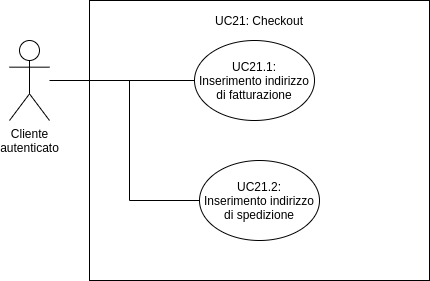
Earlier version of the draw.io export Images/AnalisiRequisiti/UC21.png (techsweave/TechSWEaveDocumentation). Source tidied: cells renumbered, new cells last; positions are measured from the earlier drawing's top-left corner, leaving out a move shared by most shapes.
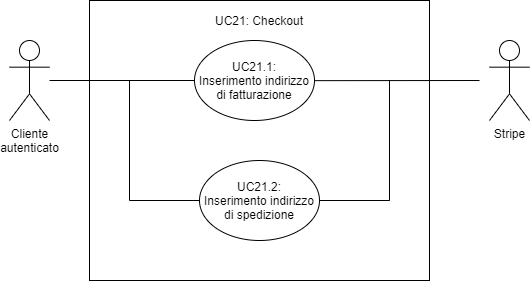
The same diagram one commit later.

What changed in the source:
```diff
@@ -33,5 +33,26 @@
     <mxCell id="9" value="UC21: Checkout" style="text;html=1;strokeColor=none;fillColor=none;align=center;verticalAlign=middle;whiteSpace=wrap;rounded=0;" parent="1" vertex="1">
       <mxGeometry x="195" y="10" width="110" height="20" as="geometry" />
     </mxCell>
+    <mxCell id="10" value="Stripe" style="shape=umlActor;verticalLabelPosition=bottom;verticalAlign=top;html=1;" parent="1" vertex="1">
+      <mxGeometry x="480" y="40" width="40" height="80" as="geometry" />
+    </mxCell>
+    <mxCell id="11" style="endArrow=none;html=1;" parent="1" edge="1">
+      <mxGeometry relative="1" as="geometry">
+        <mxPoint x="305" y="80.1" as="sourcePoint" />
+        <mxPoint x="470" y="80" as="targetPoint" />
+      </mxGeometry>
+    </mxCell>
+    <mxCell id="12" style="endArrow=none;html=1;" parent="1" edge="1">
+      <mxGeometry relative="1" as="geometry">
+        <mxPoint x="380" y="79.9" as="sourcePoint" />
+        <mxPoint x="380" y="200.1" as="targetPoint" />
+      </mxGeometry>
+    </mxCell>
+    <mxCell id="13" style="endArrow=none;html=1;" parent="1" edge="1">
+      <mxGeometry relative="1" as="geometry">
+        <mxPoint x="310" y="200" as="sourcePoint" />
+        <mxPoint x="380" y="200" as="targetPoint" />
+      </mxGeometry>
+    </mxCell>
   </root>
 </mxGraphModel>
```
